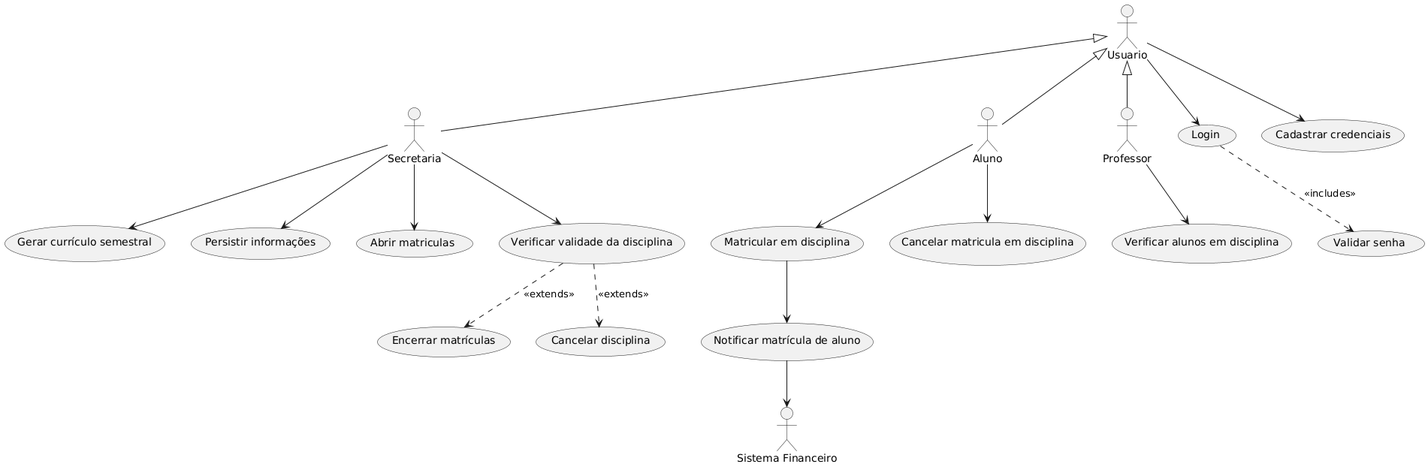
Above: project/img/useCase.png in RafaMtF/LDS-Lab01 (PlantUML), before the change.
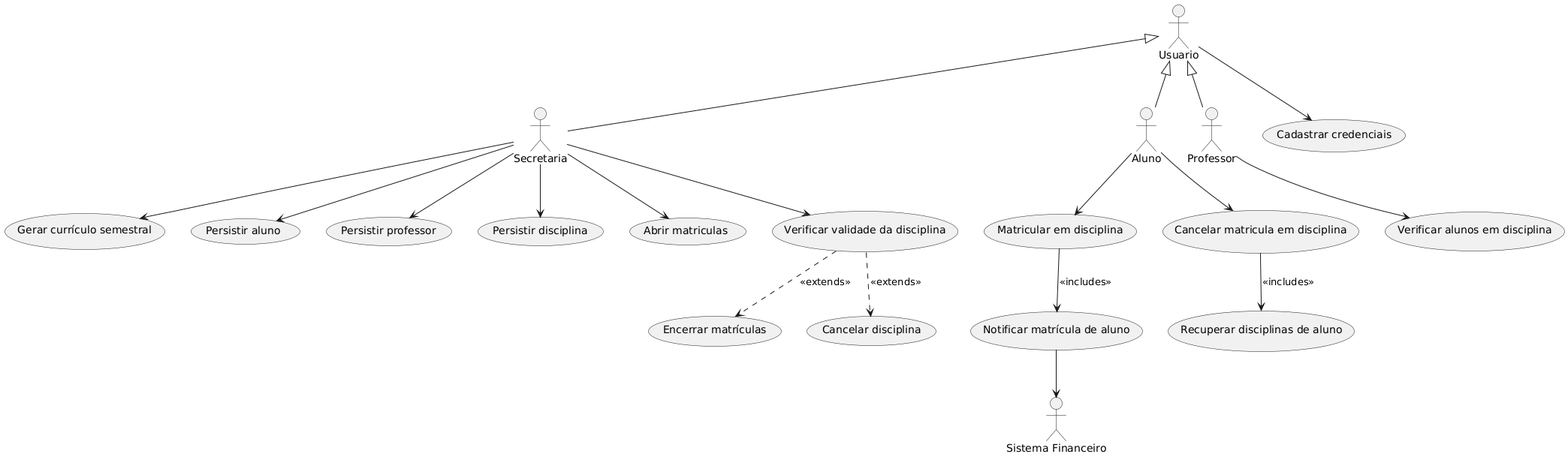
After the commit.

Diff of the diagram source:
```diff
@@ -6,7 +6,9 @@
 :Usuario: as usuario
 
 "Gerar currículo semestral" as (gerarCurriculo)
-"Persistir informações" as (persistirInformacoes)
+"Persistir aluno" as (persistirAluno)
+"Persistir professor" as (persistirProfessor)
+"Persistir disciplina" as (persistirDisciplina)
 "Matricular em disciplina" as (matricularDisciplina)
 "Cancelar matricula em disciplina" as (cancelarMatricula)
 "Abrir matriculas" as (abrirMatriculas)
@@ -15,14 +17,15 @@
 "Notificar matrícula de aluno" as (notificarMatricula)
 "Verificar validade da disciplina" as (verificarValidadeDisciplina)
 "Verificar alunos em disciplina" as (verificarAlunosDisciplina)
-"Login" as (login)
 "Cadastrar credenciais" as (cadastrarCredenciais)
-"Validar senha" as (validarSenha)
+"Recuperar disciplinas de aluno" as (recuperarDisciplinasAluno)
 
 secretaria --> gerarCurriculo
-secretaria --> persistirInformacoes
+secretaria --> persistirAluno
+secretaria --> persistirProfessor
+secretaria --> persistirDisciplina
 aluno --> matricularDisciplina
-matricularDisciplina --> notificarMatricula
+matricularDisciplina --> notificarMatricula : <<includes>>
 aluno --> cancelarMatricula
 secretaria --> abrirMatriculas
 secretaria --> verificarValidadeDisciplina
@@ -30,10 +33,8 @@
 verificarValidadeDisciplina ..> cancelarDisciplina : <<extends>>
 notificarMatricula --> sistemaFinanceiro
 professor --> verificarAlunosDisciplina
-usuario --> login
-login ..> validarSenha : <<includes>>
 usuario --> cadastrarCredenciais
-
+cancelarMatricula --> recuperarDisciplinasAluno : <<includes>>
 
 usuario <|-- secretaria
 usuario <|-- aluno
```
